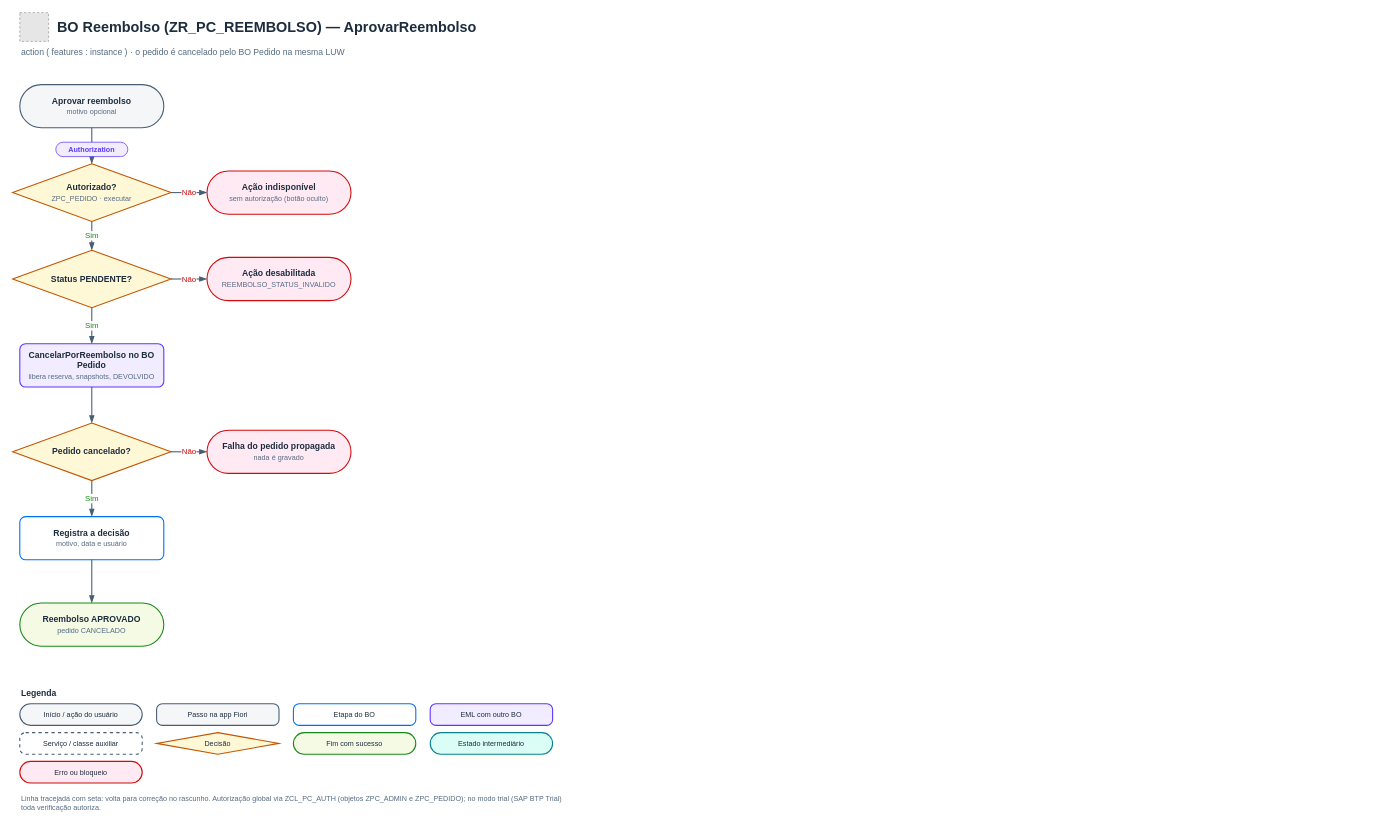
Before: page "2 · Aprovar reembolso" (2 of 3) of docs/fluxos-bo-reembolso.drawio in AdrianoBispo/sap-abap-rap-pedidos-de-compras-app, a draw.io diagram. Source tidied: cells renumbered, new cells numbered last; positions are measured from the earlier drawing's top-left corner, leaving out a move shared by most shapes. Both pictures are drawn from the tidied source at 72%, with x=0, y=0 at pixel (12, 12). Pictures stored in the file or linked from it are replaced by grey dashed boxes.
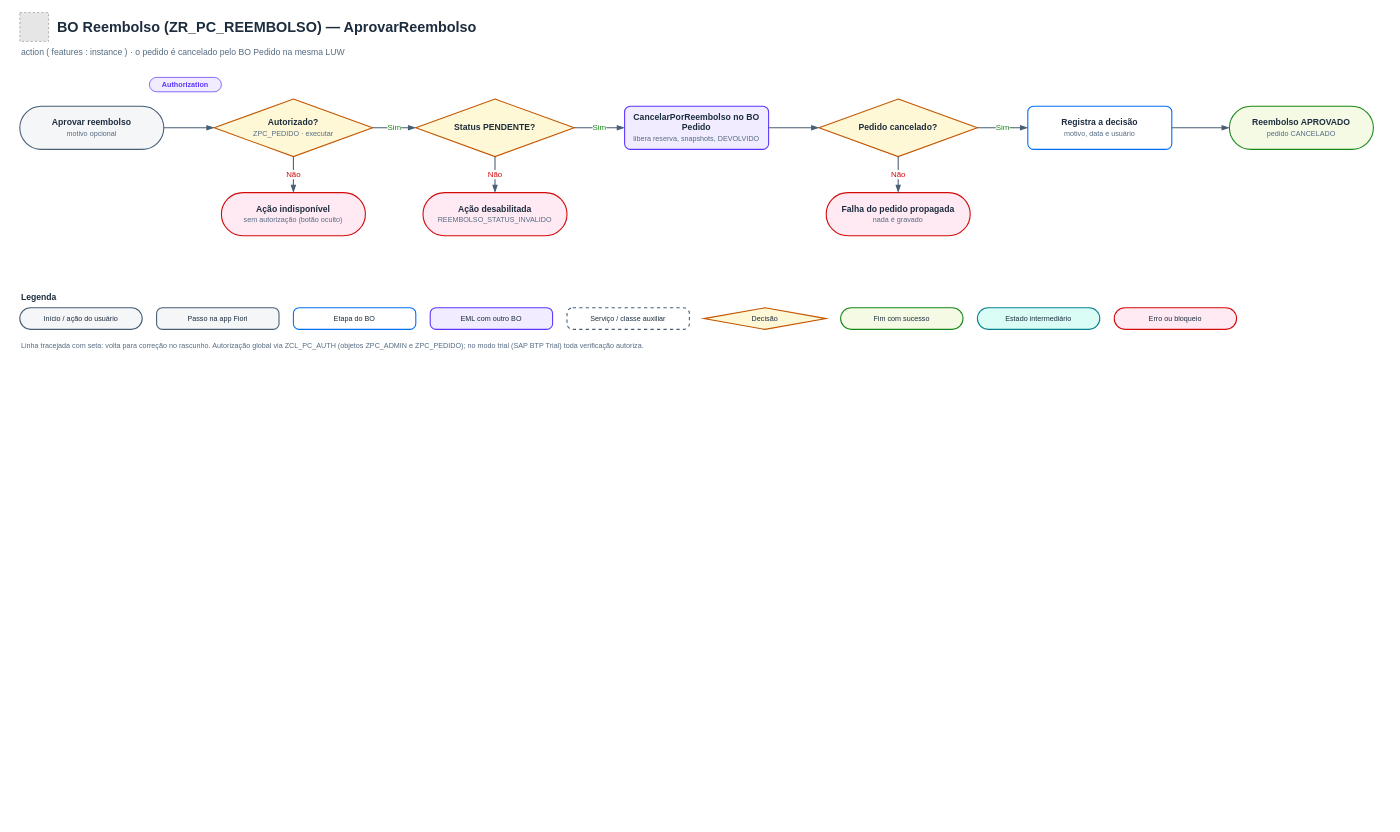
Above is the later version.

Diff of the diagram source:
```diff
@@
     <mxCell id="3" value="BO Reembolso (ZR_PC_REEMBOLSO) — AprovarReembolso" style="text;html=1;whiteSpace=wrap;align=left;verticalAlign=middle;fontFamily=Helvetica;fontSize=20;fontStyle=1;fontColor=#1D2D3E;" parent="1" vertex="1">
-      <mxGeometry x="60" width="710" height="40" as="geometry" />
+      <mxGeometry x="60" width="1850" height="40" as="geometry" />
     </mxCell>
     <mxCell id="4" value="action ( features : instance ) · o pedido é cancelado pelo BO Pedido na mesma LUW" style="text;html=1;whiteSpace=wrap;align=left;verticalAlign=middle;fontFamily=Helvetica;fontSize=12;fontColor=#556B82;" parent="1" vertex="1">
-      <mxGeometry x="10" y="40" width="760" height="30" as="geometry" />
+      <mxGeometry x="10" y="40" width="1900" height="30" as="geometry" />
     </mxCell>
     <mxCell id="5" value="&lt;b&gt;Aprovar reembolso&lt;/b&gt;&lt;br&gt;&lt;font style=&quot;font-size:10px&quot; color=&quot;#556B82&quot;&gt;motivo opcional&lt;/font&gt;" style="rounded=1;arcSize=60;absoluteArcSize=1;strokeColor=#475E75;fillColor=#F5F6F7;whiteSpace=wrap;html=1;fontFamily=Helvetica;fontSize=12;fontColor=#1D2D3E;strokeWidth=1.5;" parent="1" vertex="1">
-      <mxGeometry x="10" y="100" width="200" height="60" as="geometry" />
+      <mxGeometry x="10" y="130" width="200" height="60" as="geometry" />
     </mxCell>
     <mxCell id="6" value="&lt;b&gt;Autorizado?&lt;/b&gt;&lt;br&gt;&lt;font style=&quot;font-size:10px&quot; color=&quot;#556B82&quot;&gt;ZPC_PEDIDO · executar&lt;/font&gt;" style="rhombus;strokeColor=#C35500;fillColor=#FFF8D6;whiteSpace=wrap;html=1;fontFamily=Helvetica;fontSize=12;fontColor=#1D2D3E;strokeWidth=1.5;" parent="1" vertex="1">
-      <mxGeometry y="210" width="220" height="80" as="geometry" />
+      <mxGeometry x="280" y="120" width="220" height="80" as="geometry" />
     </mxCell>
     <mxCell id="7" value="&lt;b&gt;Ação indisponível&lt;/b&gt;&lt;br&gt;&lt;font style=&quot;font-size:10px&quot; color=&quot;#556B82&quot;&gt;sem autorização (botão oculto)&lt;/font&gt;" style="rounded=1;arcSize=60;absoluteArcSize=1;strokeColor=#D20A0A;fillColor=#FFEAF4;whiteSpace=wrap;html=1;fontFamily=Helvetica;fontSize=12;fontColor=#1D2D3E;strokeWidth=1.5;" parent="1" vertex="1">
-      <mxGeometry x="270" y="220" width="200" height="60" as="geometry" />
+      <mxGeometry x="290" y="250" width="200" height="60" as="geometry" />
     </mxCell>
     <mxCell id="8" value="&lt;b&gt;Status PENDENTE?&lt;/b&gt;" style="rhombus;strokeColor=#C35500;fillColor=#FFF8D6;whiteSpace=wrap;html=1;fontFamily=Helvetica;fontSize=12;fontColor=#1D2D3E;strokeWidth=1.5;" parent="1" vertex="1">
-      <mxGeometry y="330" width="220" height="80" as="geometry" />
+      <mxGeometry x="560" y="120" width="220" height="80" as="geometry" />
     </mxCell>
     <mxCell id="9" value="&lt;b&gt;Ação desabilitada&lt;/b&gt;&lt;br&gt;&lt;font style=&quot;font-size:10px&quot; color=&quot;#556B82&quot;&gt;REEMBOLSO_STATUS_INVALIDO&lt;/font&gt;" style="rounded=1;arcSize=60;absoluteArcSize=1;strokeColor=#D20A0A;fillColor=#FFEAF4;whiteSpace=wrap;html=1;fontFamily=Helvetica;fontSize=12;fontColor=#1D2D3E;strokeWidth=1.5;" parent="1" vertex="1">
-      <mxGeometry x="270" y="340" width="200" height="60" as="geometry" />
+      <mxGeometry x="570" y="250" width="200" height="60" as="geometry" />
     </mxCell>
     <mxCell id="10" value="&lt;b&gt;CancelarPorReembolso no BO Pedido&lt;/b&gt;&lt;br&gt;&lt;font style=&quot;font-size:10px&quot; color=&quot;#556B82&quot;&gt;libera reserva, snapshots, DEVOLVIDO&lt;/font&gt;" style="rounded=1;arcSize=16;absoluteArcSize=1;strokeColor=#5D36FF;fillColor=#F1ECFF;whiteSpace=wrap;html=1;fontFamily=Helvetica;fontSize=12;fontColor=#1D2D3E;strokeWidth=1.5;" parent="1" vertex="1">
-      <mxGeometry x="10" y="460" width="200" height="60" as="geometry" />
+      <mxGeometry x="850" y="130" width="200" height="60" as="geometry" />
     </mxCell>
     <mxCell id="11" value="&lt;b&gt;Pedido cancelado?&lt;/b&gt;" style="rhombus;strokeColor=#C35500;fillColor=#FFF8D6;whiteSpace=wrap;html=1;fontFamily=Helvetica;fontSize=12;fontColor=#1D2D3E;strokeWidth=1.5;" parent="1" vertex="1">
-      <mxGeometry y="570" width="220" height="80" as="geometry" />
+      <mxGeometry x="1120" y="120" width="220" height="80" as="geometry" />
     </mxCell>
     <mxCell id="12" value="&lt;b&gt;Falha do pedido propagada&lt;/b&gt;&lt;br&gt;&lt;font style=&quot;font-size:10px&quot; color=&quot;#556B82&quot;&gt;nada é gravado&lt;/font&gt;" style="rounded=1;arcSize=60;absoluteArcSize=1;strokeColor=#D20A0A;fillColor=#FFEAF4;whiteSpace=wrap;html=1;fontFamily=Helvetica;fontSize=12;fontColor=#1D2D3E;strokeWidth=1.5;" parent="1" vertex="1">
-      <mxGeometry x="270" y="580" width="200" height="60" as="geometry" />
+      <mxGeometry x="1130" y="250" width="200" height="60" as="geometry" />
     </mxCell>
     <mxCell id="13" value="&lt;b&gt;Registra a decisão&lt;/b&gt;&lt;br&gt;&lt;font style=&quot;font-size:10px&quot; color=&quot;#556B82&quot;&gt;motivo, data e usuário&lt;/font&gt;" style="rounded=1;arcSize=16;absoluteArcSize=1;strokeColor=#0070F2;fillColor=#FFFFFF;whiteSpace=wrap;html=1;fontFamily=Helvetica;fontSize=12;fontColor=#1D2D3E;strokeWidth=1.5;" parent="1" vertex="1">
-      <mxGeometry x="10" y="700" width="200" height="60" as="geometry" />
+      <mxGeometry x="1410" y="130" width="200" height="60" as="geometry" />
     </mxCell>
     <mxCell id="14" value="&lt;b&gt;Reembolso APROVADO&lt;/b&gt;&lt;br&gt;&lt;font style=&quot;font-size:10px&quot; color=&quot;#556B82&quot;&gt;pedido CANCELADO&lt;/font&gt;" style="rounded=1;arcSize=60;absoluteArcSize=1;strokeColor=#188918;fillColor=#F5FAE5;whiteSpace=wrap;html=1;fontFamily=Helvetica;fontSize=12;fontColor=#1D2D3E;strokeWidth=1.5;" parent="1" vertex="1">
-      <mxGeometry x="10" y="820" width="200" height="60" as="geometry" />
+      <mxGeometry x="1690" y="130" width="200" height="60" as="geometry" />
     </mxCell>
-    <mxCell id="15" style="edgeStyle=orthogonalEdgeStyle;rounded=1;html=1;strokeColor=#475E75;strokeWidth=1.5;endArrow=blockThin;endFill=1;endSize=7;fontFamily=Helvetica;fontSize=11;fontColor=#1D2D3E;labelBackgroundColor=default;exitX=0.5;exitY=1;exitDx=0;exitDy=0;entryX=0.5;entryY=0;entryDx=0;entryDy=0;" parent="1" edge="1" source="5" target="6">
+    <mxCell id="15" style="edgeStyle=orthogonalEdgeStyle;rounded=1;html=1;strokeColor=#475E75;strokeWidth=1.5;endArrow=blockThin;endFill=1;endSize=7;fontFamily=Helvetica;fontSize=11;fontColor=#1D2D3E;labelBackgroundColor=default;exitX=1;exitY=0.5;exitDx=0;exitDy=0;entryX=0;entryY=0.5;entryDx=0;entryDy=0;" parent="1" edge="1" source="5" target="6">
       <mxGeometry relative="1" as="geometry" />
     </mxCell>
-    <mxCell id="16" value="Não" style="edgeStyle=orthogonalEdgeStyle;rounded=1;html=1;strokeColor=#475E75;strokeWidth=1.5;endArrow=blockThin;endFill=1;endSize=7;fontFamily=Helvetica;fontSize=11;fontColor=#D20A0A;labelBackgroundColor=default;exitX=1;exitY=0.5;exitDx=0;exitDy=0;entryX=0;entryY=0.5;entryDx=0;entryDy=0;" parent="1" edge="1" source="6" target="7">
+    <mxCell id="16" value="Não" style="edgeStyle=orthogonalEdgeStyle;rounded=1;html=1;strokeColor=#475E75;strokeWidth=1.5;endArrow=blockThin;endFill=1;endSize=7;fontFamily=Helvetica;fontSize=11;fontColor=#D20A0A;labelBackgroundColor=default;exitX=0.5;exitY=1;exitDx=0;exitDy=0;entryX=0.5;entryY=0;entryDx=0;entryDy=0;" parent="1" edge="1" source="6" target="7">
       <mxGeometry relative="1" as="geometry" />
     </mxCell>
-    <mxCell id="17" value="Sim" style="edgeStyle=orthogonalEdgeStyle;rounded=1;html=1;strokeColor=#475E75;strokeWidth=1.5;endArrow=blockThin;endFill=1;endSize=7;fontFamily=Helvetica;fontSize=11;fontColor=#188918;labelBackgroundColor=default;exitX=0.5;exitY=1;exitDx=0;exitDy=0;entryX=0.5;entryY=0;entryDx=0;entryDy=0;" parent="1" edge="1" source="6" target="8">
+    <mxCell id="17" value="Sim" style="edgeStyle=orthogonalEdgeStyle;rounded=1;html=1;strokeColor=#475E75;strokeWidth=1.5;endArrow=blockThin;endFill=1;endSize=7;fontFamily=Helvetica;fontSize=11;fontColor=#188918;labelBackgroundColor=default;exitX=1;exitY=0.5;exitDx=0;exitDy=0;entryX=0;entryY=0.5;entryDx=0;entryDy=0;" parent="1" edge="1" source="6" target="8">
       <mxGeometry relative="1" as="geometry" />
     </mxCell>
-    <mxCell id="18" value="Não" style="edgeStyle=orthogonalEdgeStyle;rounded=1;html=1;strokeColor=#475E75;strokeWidth=1.5;endArrow=blockThin;endFill=1;endSize=7;fontFamily=Helvetica;fontSize=11;fontColor=#D20A0A;labelBackgroundColor=default;exitX=1;exitY=0.5;exitDx=0;exitDy=0;entryX=0;entryY=0.5;entryDx=0;entryDy=0;" parent="1" edge="1" source="8" target="9">
+    <mxCell id="18" value="Não" style="edgeStyle=orthogonalEdgeStyle;rounded=1;html=1;strokeColor=#475E75;strokeWidth=1.5;endArrow=blockThin;endFill=1;endSize=7;fontFamily=Helvetica;fontSize=11;fontColor=#D20A0A;labelBackgroundColor=default;exitX=0.5;exitY=1;exitDx=0;exitDy=0;entryX=0.5;entryY=0;entryDx=0;entryDy=0;" parent="1" edge="1" source="8" target="9">
       <mxGeometry relative="1" as="geometry" />
     </mxCell>
-    <mxCell id="19" value="Sim" style="edgeStyle=orthogonalEdgeStyle;rounded=1;html=1;strokeColor=#475E75;strokeWidth=1.5;endArrow=blockThin;endFill=1;endSize=7;fontFamily=Helvetica;fontSize=11;fontColor=#188918;labelBackgroundColor=default;exitX=0.5;exitY=1;exitDx=0;exitDy=0;entryX=0.5;entryY=0;entryDx=0;entryDy=0;" parent="1" edge="1" source="8" target="10">
+    <mxCell id="19" value="Sim" style="edgeStyle=orthogonalEdgeStyle;rounded=1;html=1;strokeColor=#475E75;strokeWidth=1.5;endArrow=blockThin;endFill=1;endSize=7;fontFamily=Helvetica;fontSize=11;fontColor=#188918;labelBackgroundColor=default;exitX=1;exitY=0.5;exitDx=0;exitDy=0;entryX=0;entryY=0.5;entryDx=0;entryDy=0;" parent="1" edge="1" source="8" target="10">
       <mxGeometry relative="1" as="geometry" />
     </mxCell>
-    <mxCell id="20" style="edgeStyle=orthogonalEdgeStyle;rounded=1;html=1;strokeColor=#475E75;strokeWidth=1.5;endArrow=blockThin;endFill=1;endSize=7;fontFamily=Helvetica;fontSize=11;fontColor=#1D2D3E;labelBackgroundColor=default;exitX=0.5;exitY=1;exitDx=0;exitDy=0;entryX=0.5;entryY=0;entryDx=0;entryDy=0;" parent="1" edge="1" source="10" target="11">
+    <mxCell id="20" style="edgeStyle=orthogonalEdgeStyle;rounded=1;html=1;strokeColor=#475E75;strokeWidth=1.5;endArrow=blockThin;endFill=1;endSize=7;fontFamily=Helvetica;fontSize=11;fontColor=#1D2D3E;labelBackgroundColor=default;exitX=1;exitY=0.5;exitDx=0;exitDy=0;entryX=0;entryY=0.5;entryDx=0;entryDy=0;" parent="1" edge="1" source="10" target="11">
       <mxGeometry relative="1" as="geometry" />
     </mxCell>
-    <mxCell id="21" value="Não" style="edgeStyle=orthogonalEdgeStyle;rounded=1;html=1;strokeColor=#475E75;strokeWidth=1.5;endArrow=blockThin;endFill=1;endSize=7;fontFamily=Helvetica;fontSize=11;fontColor=#D20A0A;labelBackgroundColor=default;exitX=1;exitY=0.5;exitDx=0;exitDy=0;entryX=0;entryY=0.5;entryDx=0;entryDy=0;" parent="1" edge="1" source="11" target="12">
+    <mxCell id="21" value="Não" style="edgeStyle=orthogonalEdgeStyle;rounded=1;html=1;strokeColor=#475E75;strokeWidth=1.5;endArrow=blockThin;endFill=1;endSize=7;fontFamily=Helvetica;fontSize=11;fontColor=#D20A0A;labelBackgroundColor=default;exitX=0.5;exitY=1;exitDx=0;exitDy=0;entryX=0.5;entryY=0;entryDx=0;entryDy=0;" parent="1" edge="1" source="11" target="12">
       <mxGeometry relative="1" as="geometry" />
     </mxCell>
-    <mxCell id="22" value="Sim" style="edgeStyle=orthogonalEdgeStyle;rounded=1;html=1;strokeColor=#475E75;strokeWidth=1.5;endArrow=blockThin;endFill=1;endSize=7;fontFamily=Helvetica;fontSize=11;fontColor=#188918;labelBackgroundColor=default;exitX=0.5;exitY=1;exitDx=0;exitDy=0;entryX=0.5;entryY=0;entryDx=0;entryDy=0;" parent="1" edge="1" source="11" target="13">
+    <mxCell id="22" value="Sim" style="edgeStyle=orthogonalEdgeStyle;rounded=1;html=1;strokeColor=#475E75;strokeWidth=1.5;endArrow=blockThin;endFill=1;endSize=7;fontFamily=Helvetica;fontSize=11;fontColor=#188918;labelBackgroundColor=default;exitX=1;exitY=0.5;exitDx=0;exitDy=0;entryX=0;entryY=0.5;entryDx=0;entryDy=0;" parent="1" edge="1" source="11" target="13">
       <mxGeometry relative="1" as="geometry" />
     </mxCell>
-    <mxCell id="23" style="edgeStyle=orthogonalEdgeStyle;rounded=1;html=1;strokeColor=#475E75;strokeWidth=1.5;endArrow=blockThin;endFill=1;endSize=7;fontFamily=Helvetica;fontSize=11;fontColor=#1D2D3E;labelBackgroundColor=default;exitX=0.5;exitY=1;exitDx=0;exitDy=0;entryX=0.5;entryY=0;entryDx=0;entryDy=0;" parent="1" edge="1" source="13" target="14">
+    <mxCell id="23" style="edgeStyle=orthogonalEdgeStyle;rounded=1;html=1;strokeColor=#475E75;strokeWidth=1.5;endArrow=blockThin;endFill=1;endSize=7;fontFamily=Helvetica;fontSize=11;fontColor=#1D2D3E;labelBackgroundColor=default;exitX=1;exitY=0.5;exitDx=0;exitDy=0;entryX=0;entryY=0.5;entryDx=0;entryDy=0;" parent="1" edge="1" source="13" target="14">
       <mxGeometry relative="1" as="geometry" />
     </mxCell>
     <mxCell id="24" value="&lt;b&gt;Authorization&lt;/b&gt;" style="rounded=1;whiteSpace=wrap;html=1;arcSize=50;absoluteArcSize=1;strokeWidth=1;strokeColor=#5D36FF;fillColor=#F1ECFF;fontColor=#5D36FF;fontFamily=Helvetica;fontSize=10;align=center;verticalAlign=middle;" parent="1" vertex="1">
-      <mxGeometry x="60" y="180" width="100" height="20" as="geometry" />
+      <mxGeometry x="190" y="90" width="100" height="20" as="geometry" />
     </mxCell>
     <mxCell id="25" value="&lt;b&gt;Legenda&lt;/b&gt;" style="text;html=1;align=left;verticalAlign=middle;fontFamily=Helvetica;fontSize=12;fontColor=#1D2D3E;" parent="1" vertex="1">
-      <mxGeometry x="10" y="930" width="200" height="30" as="geometry" />
+      <mxGeometry x="10" y="380" width="200" height="30" as="geometry" />
     </mxCell>
     <mxCell id="26" value="Início / ação do usuário" style="rounded=1;arcSize=60;absoluteArcSize=1;strokeColor=#475E75;fillColor=#F5F6F7;whiteSpace=wrap;html=1;fontFamily=Helvetica;fontSize=10;fontColor=#1D2D3E;strokeWidth=1.5;" parent="1" vertex="1">
-      <mxGeometry x="10" y="960" width="170" height="30" as="geometry" />
+      <mxGeometry x="10" y="410" width="170" height="30" as="geometry" />
     </mxCell>
     <mxCell id="27" value="Passo na app Fiori" style="rounded=1;arcSize=16;absoluteArcSize=1;strokeColor=#475E75;fillColor=#F5F6F7;whiteSpace=wrap;html=1;fontFamily=Helvetica;fontSize=10;fontColor=#1D2D3E;strokeWidth=1.5;" parent="1" vertex="1">
-      <mxGeometry x="200" y="960" width="170" height="30" as="geometry" />
+      <mxGeometry x="200" y="410" width="170" height="30" as="geometry" />
     </mxCell>
     <mxCell id="28" value="Etapa do BO" style="rounded=1;arcSize=16;absoluteArcSize=1;strokeColor=#0070F2;fillColor=#FFFFFF;whiteSpace=wrap;html=1;fontFamily=Helvetica;fontSize=10;fontColor=#1D2D3E;strokeWidth=1.5;" parent="1" vertex="1">
-      <mxGeometry x="390" y="960" width="170" height="30" as="geometry" />
+      <mxGeometry x="390" y="410" width="170" height="30" as="geometry" />
     </mxCell>
     <mxCell id="29" value="EML com outro BO" style="rounded=1;arcSize=16;absoluteArcSize=1;strokeColor=#5D36FF;fillColor=#F1ECFF;whiteSpace=wrap;html=1;fontFamily=Helvetica;fontSize=10;fontColor=#1D2D3E;strokeWidth=1.5;" parent="1" vertex="1">
-      <mxGeometry x="580" y="960" width="170" height="30" as="geometry" />
+      <mxGeometry x="580" y="410" width="170" height="30" as="geometry" />
     </mxCell>
     <mxCell id="30" value="Serviço / classe auxiliar" style="rounded=1;arcSize=16;absoluteArcSize=1;strokeColor=#475E75;fillColor=#FFFFFF;dashed=1;whiteSpace=wrap;html=1;fontFamily=Helvetica;fontSize=10;fontColor=#1D2D3E;strokeWidth=1.5;" parent="1" vertex="1">
-      <mxGeometry x="10" y="1000" width="170" height="30" as="geometry" />
+      <mxGeometry x="770" y="410" width="170" height="30" as="geometry" />
     </mxCell>
     <mxCell id="31" value="Decisão" style="rhombus;strokeColor=#C35500;fillColor=#FFF8D6;whiteSpace=wrap;html=1;fontFamily=Helvetica;fontSize=10;fontColor=#1D2D3E;strokeWidth=1.5;" parent="1" vertex="1">
-      <mxGeometry x="200" y="1000" width="170" height="30" as="geometry" />
+      <mxGeometry x="960" y="410" width="170" height="30" as="geometry" />
     </mxCell>
     <mxCell id="32" value="Fim com sucesso" style="rounded=1;arcSize=60;absoluteArcSize=1;strokeColor=#188918;fillColor=#F5FAE5;whiteSpace=wrap;html=1;fontFamily=Helvetica;fontSize=10;fontColor=#1D2D3E;strokeWidth=1.5;" parent="1" vertex="1">
-      <mxGeometry x="390" y="1000" width="170" height="30" as="geometry" />
+      <mxGeometry x="1150" y="410" width="170" height="30" as="geometry" />
     </mxCell>
     <mxCell id="33" value="Estado intermediário" style="rounded=1;arcSize=60;absoluteArcSize=1;strokeColor=#07838F;fillColor=#DAFDF5;whiteSpace=wrap;html=1;fontFamily=Helvetica;fontSize=10;fontColor=#1D2D3E;strokeWidth=1.5;" parent="1" vertex="1">
-      <mxGeometry x="580" y="1000" width="170" height="30" as="geometry" />
+      <mxGeometry x="1340" y="410" width="170" height="30" as="geometry" />
     </mxCell>
     <mxCell id="34" value="Erro ou bloqueio" style="rounded=1;arcSize=60;absoluteArcSize=1;strokeColor=#D20A0A;fillColor=#FFEAF4;whiteSpace=wrap;html=1;fontFamily=Helvetica;fontSize=10;fontColor=#1D2D3E;strokeWidth=1.5;" parent="1" vertex="1">
-      <mxGeometry x="10" y="1040" width="170" height="30" as="geometry" />
+      <mxGeometry x="1530" y="410" width="170" height="30" as="geometry" />
     </mxCell>
     <mxCell id="35" value="Linha tracejada com seta: volta para correção no rascunho. Autorização global via ZCL_PC_AUTH (objetos ZPC_ADMIN e ZPC_PEDIDO); no modo trial (SAP BTP Trial) toda verificação autoriza." style="text;html=1;whiteSpace=wrap;align=left;verticalAlign=top;fontFamily=Helvetica;fontSize=10;fontColor=#556B82;" parent="1" vertex="1">
-      <mxGeometry x="10" y="1080" width="760" height="40" as="geometry" />
+      <mxGeometry x="10" y="450" width="1900" height="40" as="geometry" />
     </mxCell>
```
